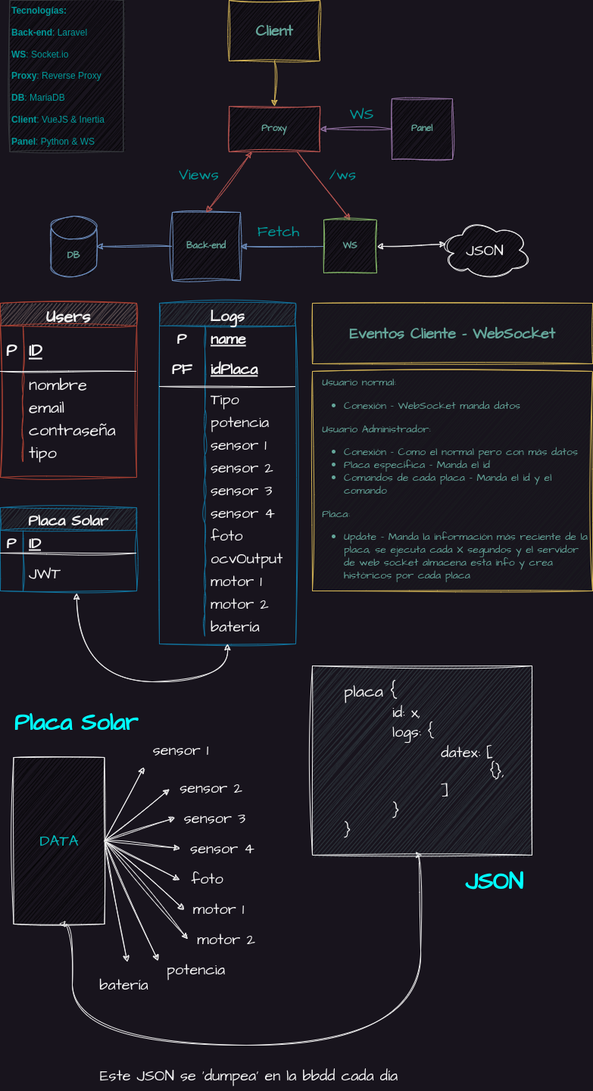
Before: Architecture.png, a diagram exported from draw.io (Mikegdro/SolarPanelApp). Source tidied: cells renumbered, new cells last; positions are measured from the earlier drawing's top-left corner, leaving out a move shared by most shapes.
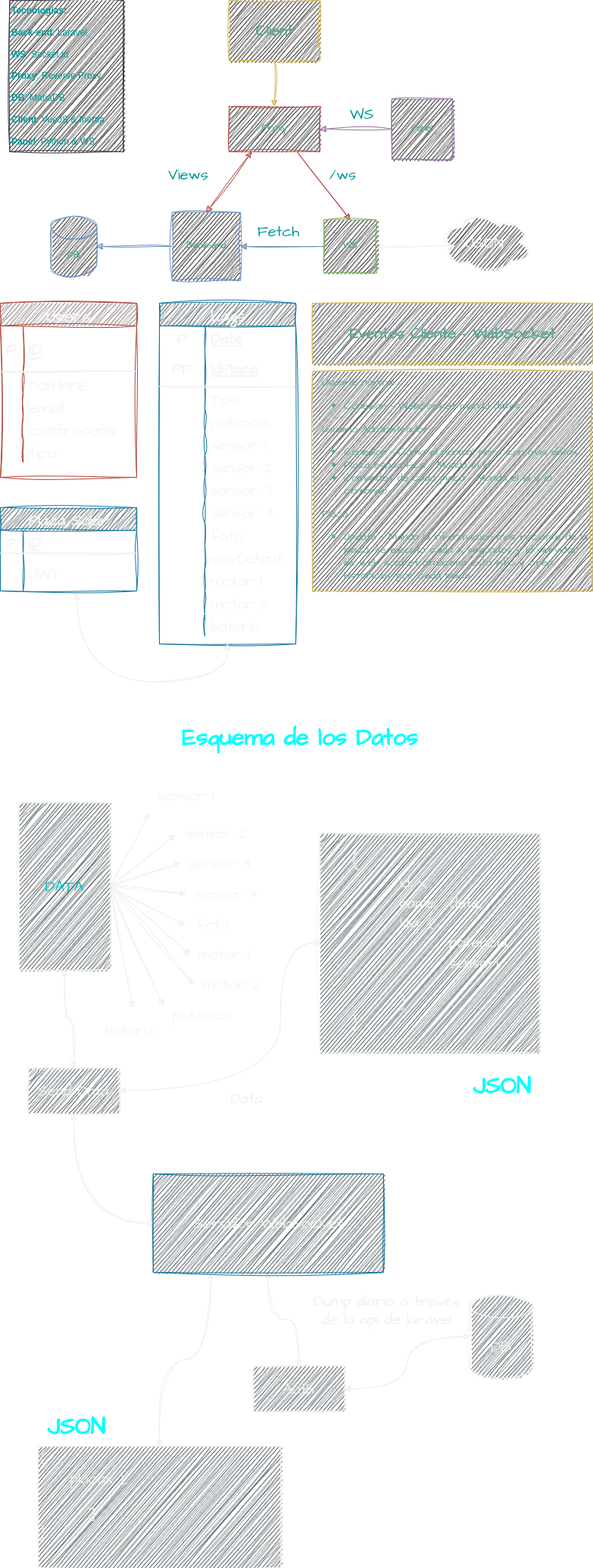
The same file after the commit.

Diff of the diagram source:
```diff
@@ -10,3 +10,3 @@
     </mxCell>
-    <mxCell id="4" style="edgeStyle=none;rounded=0;sketch=1;hachureGap=4;jiggle=2;curveFitting=1;jettySize=auto;html=1;fontFamily=Architects Daughter;fontSource=https%3A%2F%2Ffonts.googleapis.com%2Fcss%3Ffamily%3DArchitects%2BDaughter;fontSize=16;fontColor=#F5F5F5;startArrow=classic;startFill=1;exitX=1;exitY=0.5;exitDx=0;exitDy=0;entryX=0.07;entryY=0.4;entryDx=0;entryDy=0;entryPerimeter=0;" parent="1" edge="1" source="14" target="90">
+    <mxCell id="4" style="edgeStyle=none;rounded=0;sketch=1;hachureGap=4;jiggle=2;curveFitting=1;jettySize=auto;html=1;fontFamily=Architects Daughter;fontSource=https%3A%2F%2Ffonts.googleapis.com%2Fcss%3Ffamily%3DArchitects%2BDaughter;fontSize=16;fontColor=#F5F5F5;startArrow=classic;startFill=1;exitX=1;exitY=0.5;exitDx=0;exitDy=0;entryX=0.16;entryY=0.55;entryDx=0;entryDy=0;entryPerimeter=0;" parent="1" edge="1" source="14" target="90">
       <mxGeometry relative="1" as="geometry" />
@@ -63,3 +63,3 @@
     <mxCell id="20" value="Views" style="text;html=1;align=center;verticalAlign=middle;strokeColor=none;fillColor=none;fontSize=20;fontFamily=Architects Daughter;fontColor=#009999;" parent="1" vertex="1">
-      <mxGeometry x="222" y="210" width="80" height="40" as="geometry" />
+      <mxGeometry x="207.5" y="210" width="80" height="40" as="geometry" />
     </mxCell>
@@ -79,3 +79,3 @@
       <mxGeometry relative="1" as="geometry">
-        <mxPoint x="237.5" y="1120" as="targetPoint" />
+        <mxPoint x="245" y="1180" as="targetPoint" />
       </mxGeometry>
@@ -90,3 +90,3 @@
       <mxGeometry relative="1" as="geometry">
-        <mxPoint x="247.5" y="1240" as="targetPoint" />
+        <mxPoint x="255" y="1300" as="targetPoint" />
       </mxGeometry>
@@ -98,3 +98,3 @@
       <mxGeometry relative="1" as="geometry">
-        <mxPoint x="167.5" y="1270" as="targetPoint" />
+        <mxPoint x="175" y="1330" as="targetPoint" />
       </mxGeometry>
@@ -104,38 +104,31 @@
     </mxCell>
-    <mxCell id="32" style="edgeStyle=orthogonalEdgeStyle;curved=1;rounded=0;sketch=1;hachureGap=4;jiggle=2;curveFitting=1;jettySize=auto;html=1;exitX=0.5;exitY=1;exitDx=0;exitDy=0;entryX=0.5;entryY=1;entryDx=0;entryDy=0;fontFamily=Architects Daughter;fontSource=https%3A%2F%2Ffonts.googleapis.com%2Fcss%3Ffamily%3DArchitects%2BDaughter;fontSize=22;fontColor=#F5F5F5;startArrow=classic;startFill=1;" parent="1" edge="1" source="33" target="110">
-      <mxGeometry relative="1" as="geometry">
-        <Array as="points">
-          <mxPoint x="95" y="1220" />
-          <mxPoint x="95" y="1380" />
-          <mxPoint x="555" y="1380" />
-          <mxPoint x="555" y="1129" />
-        </Array>
-      </mxGeometry>
-    </mxCell>
+    <mxCell id="112" style="edgeStyle=orthogonalEdgeStyle;curved=1;rounded=0;sketch=1;hachureGap=4;jiggle=2;curveFitting=1;jettySize=auto;html=1;exitX=0.5;exitY=1;exitDx=0;exitDy=0;entryX=0.5;entryY=0;entryDx=0;entryDy=0;fontFamily=Architects Daughter;fontSource=https%3A%2F%2Ffonts.googleapis.com%2Fcss%3Ffamily%3DArchitects%2BDaughter;fontSize=16;startArrow=classic;startFill=1;" parent="1" edge="1" source="33" target="122">
+      <mxGeometry relative="1" as="geometry" />
+    </mxCell>
-    <mxCell id="33" value="DATA" style="rounded=0;whiteSpace=wrap;html=1;sketch=1;hachureGap=4;jiggle=2;curveFitting=1;fontFamily=Architects Daughter;fontSource=https%3A%2F%2Ffonts.googleapis.com%2Fcss%3Ffamily%3DArchitects%2BDaughter;fontSize=20;fontColor=#00C2C2;fillColor=#000000;" parent="1" vertex="1">
-      <mxGeometry x="17.5" y="1000" width="120" height="220" as="geometry" />
+    <mxCell id="33" value="DATA" style="rounded=0;whiteSpace=wrap;html=1;sketch=1;hachureGap=4;jiggle=2;curveFitting=1;fontFamily=Architects Daughter;fontSource=https%3A%2F%2Ffonts.googleapis.com%2Fcss%3Ffamily%3DArchitects%2BDaughter;fontSize=20;fontColor=#00C2C2;fillColor=#333F45;" parent="1" vertex="1">
+      <mxGeometry x="25" y="1060" width="120" height="220" as="geometry" />
     </mxCell>
     <mxCell id="34" value="sensor 1" style="text;html=1;align=center;verticalAlign=middle;points=[];strokeColor=none;fillColor=none;fontSize=20;fontFamily=Architects Daughter;fontColor=#F5F5F5;" parent="1" vertex="1">
-      <mxGeometry x="187.5" y="970" width="100" height="40" as="geometry" />
+      <mxGeometry x="195" y="1030" width="100" height="40" as="geometry" />
     </mxCell>
     <mxCell id="35" value="sensor 2" style="text;html=1;align=center;verticalAlign=middle;points=[];strokeColor=none;fillColor=none;fontSize=20;fontFamily=Architects Daughter;fontColor=#F5F5F5;" parent="1" vertex="1">
-      <mxGeometry x="222.5" y="1020" width="110" height="40" as="geometry" />
+      <mxGeometry x="230" y="1080" width="110" height="40" as="geometry" />
     </mxCell>
     <mxCell id="36" value="sensor 3" style="text;html=1;align=center;verticalAlign=middle;points=[];strokeColor=none;fillColor=none;fontSize=20;fontFamily=Architects Daughter;fontColor=#F5F5F5;" parent="1" vertex="1">
-      <mxGeometry x="232.5" y="1060" width="100" height="40" as="geometry" />
+      <mxGeometry x="240" y="1120" width="100" height="40" as="geometry" />
     </mxCell>
     <mxCell id="37" value="sensor 4" style="text;html=1;align=center;verticalAlign=middle;strokeColor=none;fillColor=none;fontSize=20;fontFamily=Architects Daughter;fontColor=#F5F5F5;" parent="1" vertex="1">
-      <mxGeometry x="237.5" y="1100" width="110" height="40" as="geometry" />
+      <mxGeometry x="245" y="1160" width="110" height="40" as="geometry" />
     </mxCell>
     <mxCell id="38" value="foto" style="text;html=1;align=center;verticalAlign=middle;points=[];strokeColor=none;fillColor=none;fontSize=20;fontFamily=Architects Daughter;fontColor=#F5F5F5;" parent="1" vertex="1">
-      <mxGeometry x="237.5" y="1140" width="70" height="40" as="geometry" />
+      <mxGeometry x="245" y="1200" width="70" height="40" as="geometry" />
     </mxCell>
     <mxCell id="39" value="motor 1" style="text;html=1;align=center;verticalAlign=middle;points=[];strokeColor=none;fillColor=none;fontSize=20;fontFamily=Architects Daughter;fontColor=#F5F5F5;" parent="1" vertex="1">
-      <mxGeometry x="242.5" y="1180" width="90" height="40" as="geometry" />
+      <mxGeometry x="250" y="1240" width="90" height="40" as="geometry" />
     </mxCell>
     <mxCell id="40" value="motor 2" style="text;html=1;align=center;verticalAlign=middle;strokeColor=none;fillColor=none;fontSize=20;fontFamily=Architects Daughter;fontColor=#F5F5F5;" parent="1" vertex="1">
-      <mxGeometry x="247.5" y="1220" width="100" height="40" as="geometry" />
+      <mxGeometry x="255" y="1280" width="100" height="40" as="geometry" />
     </mxCell>
     <mxCell id="41" value="batería" style="text;html=1;align=center;verticalAlign=middle;strokeColor=none;fillColor=none;fontSize=20;fontFamily=Architects Daughter;fontColor=#F5F5F5;" parent="1" vertex="1">
-      <mxGeometry x="117.5" y="1280" width="90" height="40" as="geometry" />
+      <mxGeometry x="125" y="1340" width="90" height="40" as="geometry" />
     </mxCell>
@@ -171,3 +164,3 @@
     </mxCell>
-    <mxCell id="52" value="name" style="shape=partialRectangle;fillColor=none;top=0;left=0;bottom=0;right=0;align=left;spacingLeft=6;fontStyle=5;overflow=hidden;sketch=1;hachureGap=4;jiggle=2;curveFitting=1;fontFamily=Architects Daughter;fontSource=https%3A%2F%2Ffonts.googleapis.com%2Fcss%3Ffamily%3DArchitects%2BDaughter;fontSize=20;fontColor=#F5F5F5;" parent="50" vertex="1">
+    <mxCell id="52" value="Date" style="shape=partialRectangle;fillColor=none;top=0;left=0;bottom=0;right=0;align=left;spacingLeft=6;fontStyle=5;overflow=hidden;sketch=1;hachureGap=4;jiggle=2;curveFitting=1;fontFamily=Architects Daughter;fontSource=https%3A%2F%2Ffonts.googleapis.com%2Fcss%3Ffamily%3DArchitects%2BDaughter;fontSize=20;fontColor=#F5F5F5;" parent="50" vertex="1">
       <mxGeometry x="60" width="120" height="30" as="geometry" />
@@ -283,6 +276,6 @@
     <mxCell id="89" value="potencia" style="text;html=1;align=center;verticalAlign=middle;points=[];strokeColor=none;fillColor=none;fontSize=20;fontFamily=Architects Daughter;fontColor=#F5F5F5;" parent="1" vertex="1">
-      <mxGeometry x="207.5" y="1260" width="100" height="40" as="geometry" />
+      <mxGeometry x="215" y="1320" width="100" height="40" as="geometry" />
     </mxCell>
     <mxCell id="90" value="JSON" style="ellipse;shape=cloud;whiteSpace=wrap;html=1;sketch=1;hachureGap=4;jiggle=2;curveFitting=1;strokeColor=default;fontFamily=Architects Daughter;fontSource=https%3A%2F%2Ffonts.googleapis.com%2Fcss%3Ffamily%3DArchitects%2BDaughter;fontSize=20;fontColor=#F5F5F5;fillColor=#000000;" parent="1" vertex="1">
-      <mxGeometry x="580" y="290" width="120" height="80" as="geometry" />
+      <mxGeometry x="580" y="280" width="120" height="80" as="geometry" />
     </mxCell>
@@ -296,7 +289,7 @@
     </mxCell>
-    <mxCell id="92" value="Placa Solar" style="text;html=1;align=center;verticalAlign=middle;strokeColor=none;fillColor=none;fontSize=31;fontFamily=Architects Daughter;fontColor=#00FFFF;fontStyle=1;" parent="1" vertex="1">
-      <mxGeometry x="5" y="930" width="190" height="50" as="geometry" />
+    <mxCell id="92" value="Esquema de los Datos" style="text;html=1;align=center;verticalAlign=middle;strokeColor=none;fillColor=none;fontSize=31;fontFamily=Architects Daughter;fontColor=#00FFFF;fontStyle=1;" parent="1" vertex="1">
+      <mxGeometry x="230" y="950" width="330" height="50" as="geometry" />
     </mxCell>
     <mxCell id="93" value="JSON" style="text;html=1;align=center;verticalAlign=middle;strokeColor=none;fillColor=none;fontSize=31;fontFamily=Architects Daughter;fontColor=#00FFFF;fontStyle=1;" parent="1" vertex="1">
-      <mxGeometry x="602" y="1140" width="100" height="50" as="geometry" />
+      <mxGeometry x="612" y="1410" width="100" height="50" as="geometry" />
     </mxCell>
@@ -350,8 +343,49 @@
     </mxCell>
-    <mxCell id="110" value="&lt;blockquote style=&quot;margin: 0 0 0 40px; border: none; padding: 0px;&quot;&gt;placa {&lt;br&gt;&lt;span style=&quot;font-size: 20px;&quot;&gt;&lt;span style=&quot;white-space: pre;&quot;&gt;&#9;&lt;/span&gt;id: x,&lt;br&gt;&lt;/span&gt;&lt;span style=&quot;font-size: 20px;&quot;&gt;&lt;span style=&quot;white-space: pre;&quot;&gt;&#9;&lt;/span&gt;logs: {&lt;br&gt;&lt;/span&gt;&lt;span style=&quot;font-size: 20px;&quot;&gt;&lt;span style=&quot;white-space: pre;&quot;&gt;&#9;&lt;/span&gt;&lt;span style=&quot;white-space: pre;&quot;&gt;&#9;&lt;/span&gt;datex: [&lt;/span&gt;&lt;div style=&quot;font-size: 20px;&quot;&gt;&lt;span style=&quot;background-color: initial;&quot;&gt;&lt;span style=&quot;white-space: pre;&quot;&gt;&#9;&lt;/span&gt;&lt;span style=&quot;white-space: pre;&quot;&gt;&#9;&lt;/span&gt;&lt;span style=&quot;white-space: pre;&quot;&gt;&#9;&lt;/span&gt;{},&lt;/span&gt;&lt;/div&gt;&lt;span style=&quot;font-size: 20px;&quot;&gt;&lt;span style=&quot;white-space: pre;&quot;&gt;&#9;&lt;/span&gt;&lt;span style=&quot;white-space: pre;&quot;&gt;&#9;&lt;/span&gt;]&lt;/span&gt;&lt;/blockquote&gt;&lt;blockquote style=&quot;margin: 0 0 0 40px; border: none; padding: 0px;&quot;&gt;&lt;span style=&quot;font-size: 20px;&quot;&gt;&lt;span style=&quot;white-space: pre;&quot;&gt;&#9;&lt;/span&gt;}&amp;nbsp;&lt;/span&gt;&lt;div style=&quot;font-size: 20px;&quot;&gt;&lt;span style=&quot;background-color: initial;&quot;&gt;}&lt;/span&gt;&lt;/div&gt;&lt;/blockquote&gt;" style="rounded=0;whiteSpace=wrap;html=1;sketch=1;hachureGap=4;jiggle=2;curveFitting=1;strokeColor=default;fontFamily=Architects Daughter;fontSource=https%3A%2F%2Ffonts.googleapis.com%2Fcss%3Ffamily%3DArchitects%2BDaughter;fontSize=22;fontColor=#F5F5F5;fillColor=#333F45;align=left;" parent="1" vertex="1">
-      <mxGeometry x="412" y="879" width="290" height="250" as="geometry" />
+    <mxCell id="110" value="&lt;blockquote style=&quot;margin: 0 0 0 40px; border: none; padding: 0px;&quot;&gt;{&lt;br&gt;&lt;span style=&quot;font-size: 20px;&quot;&gt;&lt;span style=&quot;white-space: pre;&quot;&gt;&#9;&lt;/span&gt;id: x,&lt;/span&gt;&lt;/blockquote&gt;&lt;blockquote style=&quot;margin: 0 0 0 40px; border: none; padding: 0px;&quot;&gt;&lt;span style=&quot;font-size: 20px;&quot;&gt;&lt;span style=&quot;white-space: pre;&quot;&gt;&#9;&lt;/span&gt;name:&amp;nbsp; date,&lt;br&gt;&lt;/span&gt;&lt;span style=&quot;font-size: 20px;&quot;&gt;&lt;span style=&quot;white-space: pre;&quot;&gt;&#9;&lt;/span&gt;log: {&lt;/span&gt;&lt;/blockquote&gt;&lt;blockquote style=&quot;margin: 0 0 0 40px; border: none; padding: 0px;&quot;&gt;&lt;span style=&quot;background-color: initial; font-size: 20px; white-space: pre;&quot;&gt;&#9;&lt;/span&gt;&lt;span style=&quot;background-color: initial; font-size: 20px; white-space: pre;&quot;&gt;&#9;&lt;/span&gt;&lt;span style=&quot;background-color: initial; font-size: 20px;&quot;&gt;potencia,&lt;/span&gt;&lt;br&gt;&lt;/blockquote&gt;&lt;blockquote style=&quot;margin: 0 0 0 40px; border: none; padding: 0px;&quot;&gt;&lt;span style=&quot;background-color: initial; font-size: 20px;&quot;&gt;&lt;span style=&quot;white-space: pre;&quot;&gt;&#9;&lt;/span&gt;&lt;span style=&quot;white-space: pre;&quot;&gt;&#9;&lt;/span&gt;sensor1,&lt;br&gt;&lt;/span&gt;&lt;/blockquote&gt;&lt;blockquote style=&quot;margin: 0 0 0 40px; border: none; padding: 0px;&quot;&gt;&lt;span style=&quot;background-color: initial; font-size: 20px;&quot;&gt;&lt;span style=&quot;white-space: pre;&quot;&gt;&#9;&lt;/span&gt;&lt;span style=&quot;white-space: pre;&quot;&gt;&#9;&lt;/span&gt;...&lt;br&gt;&lt;/span&gt;&lt;/blockquote&gt;&lt;blockquote style=&quot;margin: 0 0 0 40px; border: none; padding: 0px;&quot;&gt;&lt;span style=&quot;background-color: initial; font-size: 20px;&quot;&gt;&lt;span style=&quot;white-space: pre;&quot;&gt;&#9;&lt;/span&gt;}&lt;/span&gt;&lt;/blockquote&gt;&lt;blockquote style=&quot;margin: 0 0 0 40px; border: none; padding: 0px;&quot;&gt;&lt;span style=&quot;background-color: initial; font-size: 20px;&quot;&gt;}&lt;/span&gt;&lt;/blockquote&gt;" style="rounded=0;whiteSpace=wrap;html=1;sketch=1;hachureGap=4;jiggle=2;curveFitting=1;strokeColor=default;fontFamily=Architects Daughter;fontSource=https%3A%2F%2Ffonts.googleapis.com%2Fcss%3Ffamily%3DArchitects%2BDaughter;fontSize=22;fontColor=#F5F5F5;fillColor=#333F45;align=left;" parent="1" vertex="1">
+      <mxGeometry x="422" y="1100" width="290" height="290" as="geometry" />
     </mxCell>
-    <mxCell id="111" value="Este JSON se 'dumpea' en la bbdd cada día" style="text;html=1;align=center;verticalAlign=middle;strokeColor=none;fillColor=none;fontSize=20;fontFamily=Architects Daughter;fontColor=#F5F5F5;" parent="1" vertex="1">
-      <mxGeometry x="117.5" y="1400" width="420" height="40" as="geometry" />
-    </mxCell>
+    <mxCell id="113" style="edgeStyle=orthogonalEdgeStyle;curved=1;rounded=0;sketch=1;hachureGap=4;jiggle=2;curveFitting=1;jettySize=auto;html=1;exitX=0.5;exitY=1;exitDx=0;exitDy=0;fontFamily=Architects Daughter;fontSource=https%3A%2F%2Ffonts.googleapis.com%2Fcss%3Ffamily%3DArchitects%2BDaughter;fontSize=16;startArrow=classic;startFill=1;" parent="1" edge="1" source="115" target="117">
+      <mxGeometry relative="1" as="geometry" />
+    </mxCell>
+    <mxCell id="114" style="edgeStyle=orthogonalEdgeStyle;curved=1;rounded=0;sketch=1;hachureGap=4;jiggle=2;curveFitting=1;jettySize=auto;html=1;exitX=0.25;exitY=1;exitDx=0;exitDy=0;fontFamily=Architects Daughter;fontSource=https%3A%2F%2Ffonts.googleapis.com%2Fcss%3Ffamily%3DArchitects%2BDaughter;fontSize=16;startArrow=classic;startFill=1;" parent="1" edge="1" source="115" target="125">
+      <mxGeometry relative="1" as="geometry" />
+    </mxCell>
+    <mxCell id="115" value="Servidor WebSocket" style="rounded=0;whiteSpace=wrap;html=1;sketch=1;hachureGap=4;jiggle=2;curveFitting=1;fontFamily=Architects Daughter;fontSource=https%3A%2F%2Ffonts.googleapis.com%2Fcss%3Ffamily%3DArchitects%2BDaughter;fontSize=20;fillColor=#333F45;strokeColor=#10739e;" parent="1" vertex="1">
+      <mxGeometry x="201.8" y="1550" width="304" height="130" as="geometry" />
+    </mxCell>
+    <mxCell id="116" style="edgeStyle=orthogonalEdgeStyle;curved=1;rounded=0;sketch=1;hachureGap=4;jiggle=2;curveFitting=1;jettySize=auto;html=1;exitX=1;exitY=0.5;exitDx=0;exitDy=0;fontFamily=Architects Daughter;fontSource=https%3A%2F%2Ffonts.googleapis.com%2Fcss%3Ffamily%3DArchitects%2BDaughter;fontSize=16;startArrow=classic;startFill=1;" parent="1" edge="1" source="117" target="118">
+      <mxGeometry relative="1" as="geometry" />
+    </mxCell>
+    <mxCell id="117" value="Auth" style="rounded=0;whiteSpace=wrap;html=1;sketch=1;hachureGap=4;jiggle=2;curveFitting=1;fontFamily=Architects Daughter;fontSource=https%3A%2F%2Ffonts.googleapis.com%2Fcss%3Ffamily%3DArchitects%2BDaughter;fontSize=20;fillColor=#333F45;" parent="1" vertex="1">
+      <mxGeometry x="334.2" y="1804" width="120" height="60" as="geometry" />
+    </mxCell>
+    <mxCell id="118" value="DB" style="shape=cylinder3;whiteSpace=wrap;html=1;boundedLbl=1;backgroundOutline=1;size=15;sketch=1;hachureGap=4;jiggle=2;curveFitting=1;fontFamily=Architects Daughter;fontSource=https%3A%2F%2Ffonts.googleapis.com%2Fcss%3Ffamily%3DArchitects%2BDaughter;fontSize=20;fillColor=#333F45;" parent="1" vertex="1">
+      <mxGeometry x="619.8" y="1710" width="82.5" height="110" as="geometry" />
+    </mxCell>
+    <mxCell id="119" value="Dump diario a través &lt;br&gt;de la api de laravel" style="text;html=1;align=center;verticalAlign=middle;strokeColor=none;fillColor=none;fontSize=20;fontFamily=Architects Daughter;" parent="1" vertex="1">
+      <mxGeometry x="399.8" y="1700" width="220" height="60" as="geometry" />
+    </mxCell>
+    <mxCell id="120" style="edgeStyle=orthogonalEdgeStyle;curved=1;rounded=0;sketch=1;hachureGap=4;jiggle=2;curveFitting=1;jettySize=auto;html=1;exitX=0.5;exitY=1;exitDx=0;exitDy=0;entryX=0;entryY=0.5;entryDx=0;entryDy=0;fontFamily=Architects Daughter;fontSource=https%3A%2F%2Ffonts.googleapis.com%2Fcss%3Ffamily%3DArchitects%2BDaughter;fontSize=16;startArrow=classic;startFill=1;" parent="1" edge="1" source="122" target="115">
+      <mxGeometry relative="1" as="geometry" />
+    </mxCell>
+    <mxCell id="121" style="edgeStyle=orthogonalEdgeStyle;curved=1;rounded=0;sketch=1;hachureGap=4;jiggle=2;curveFitting=1;jettySize=auto;html=1;exitX=1;exitY=0.5;exitDx=0;exitDy=0;entryX=0;entryY=0.5;entryDx=0;entryDy=0;fontFamily=Architects Daughter;fontSource=https%3A%2F%2Ffonts.googleapis.com%2Fcss%3Ffamily%3DArchitects%2BDaughter;fontSize=16;startArrow=classic;startFill=1;" parent="1" edge="1" source="122" target="110">
+      <mxGeometry relative="1" as="geometry">
+        <Array as="points">
+          <mxPoint x="370" y="1440" />
+          <mxPoint x="370" y="1245" />
+        </Array>
+      </mxGeometry>
+    </mxCell>
+    <mxCell id="122" value="Send Data" style="rounded=0;whiteSpace=wrap;html=1;sketch=1;hachureGap=4;jiggle=2;curveFitting=1;fontFamily=Architects Daughter;fontSource=https%3A%2F%2Ffonts.googleapis.com%2Fcss%3Ffamily%3DArchitects%2BDaughter;fontSize=20;fillColor=#333F45;" parent="1" vertex="1">
+      <mxGeometry x="37" y="1410" width="120" height="60" as="geometry" />
+    </mxCell>
+    <mxCell id="123" value="Data" style="text;html=1;align=center;verticalAlign=middle;strokeColor=none;fillColor=none;fontSize=20;fontFamily=Architects Daughter;" parent="1" vertex="1">
+      <mxGeometry x="295" y="1430" width="60" height="40" as="geometry" />
+    </mxCell>
+    <mxCell id="124" value="JSON" style="text;html=1;align=center;verticalAlign=middle;strokeColor=none;fillColor=none;fontSize=31;fontFamily=Architects Daughter;fontColor=#00FFFF;fontStyle=1;" parent="1" vertex="1">
+      <mxGeometry x="50" y="1860" width="100" height="50" as="geometry" />
+    </mxCell>
+    <mxCell id="125" value="{&lt;br&gt;&lt;blockquote style=&quot;margin: 0 0 0 40px; border: none; padding: 0px;&quot;&gt;placax: [&lt;/blockquote&gt;&lt;span style=&quot;white-space: pre;&quot;&gt;&#9;&lt;/span&gt;&lt;span style=&quot;white-space: pre;&quot;&gt;&#9;&lt;/span&gt;&lt;br&gt;&lt;span style=&quot;white-space: pre;&quot;&gt;&#9;&lt;/span&gt;]&lt;br&gt;}" style="rounded=0;whiteSpace=wrap;html=1;sketch=1;hachureGap=4;jiggle=2;curveFitting=1;fontFamily=Architects Daughter;fontSource=https%3A%2F%2Ffonts.googleapis.com%2Fcss%3Ffamily%3DArchitects%2BDaughter;fontSize=20;verticalAlign=top;align=left;fillColor=#333F45;" parent="1" vertex="1">
+      <mxGeometry x="50" y="1910" width="320" height="160" as="geometry" />
+    </mxCell>
   </root>
```
